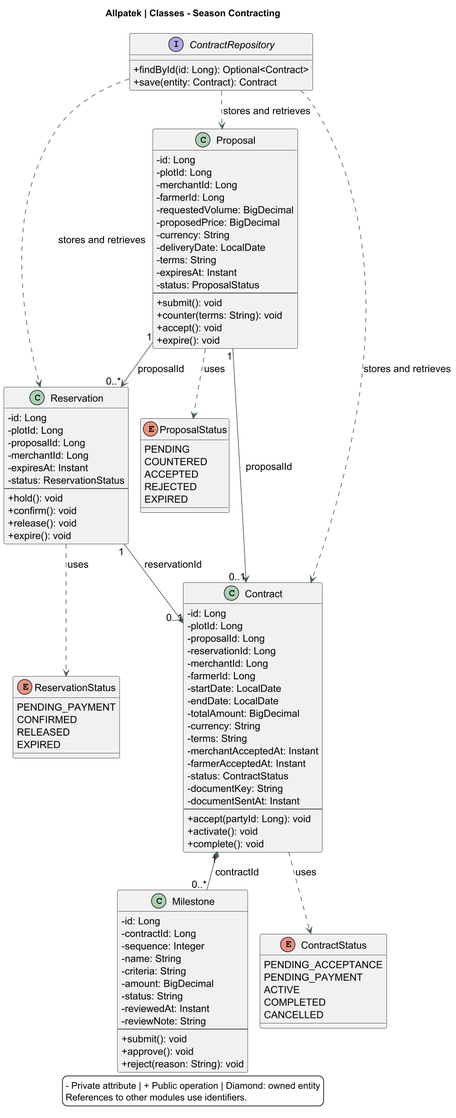
The PlantUML diagram assets/chapter-04/architecture/10-classes-contracts.png in upc-pre-202620-1asi0729-7753-Terranova/allpatek-report, before a commit.
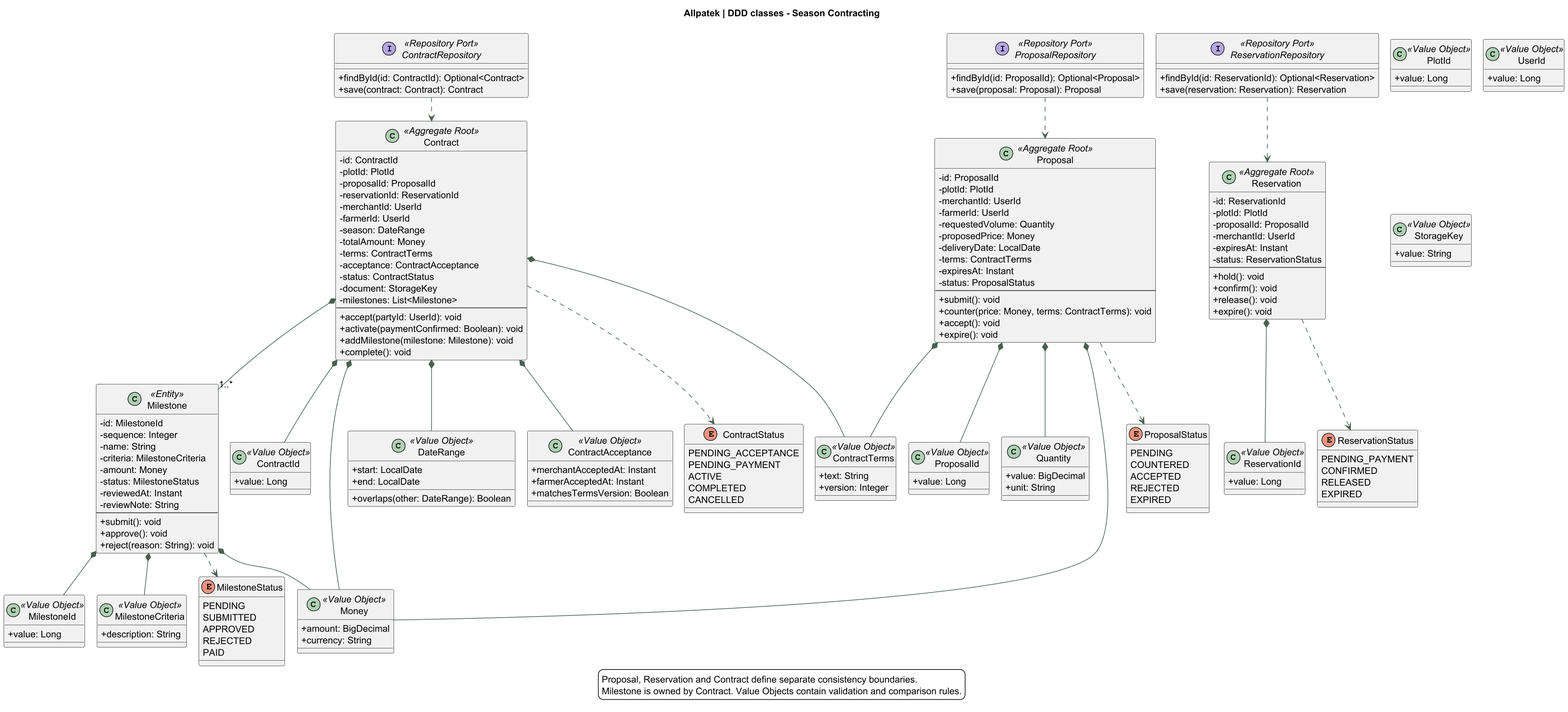
After the commit.

The edit, as a diff of the source:
```diff
@@ -2,117 +2,194 @@
 !pragma layout smetana
 skinparam backgroundColor white
 skinparam defaultFontName SansSerif
-skinparam defaultFontSize 15
+skinparam defaultFontSize 14
 skinparam shadowing false
 skinparam classAttributeIconSize 0
 skinparam ArrowColor #476050
 skinparam dpi 140
-title Allpatek | Classes - Season Contracting
+title Allpatek | DDD classes - Season Contracting
 top to bottom direction
-class Proposal {
- -id: Long
- -plotId: Long
- -merchantId: Long
- -farmerId: Long
- -requestedVolume: BigDecimal
- -proposedPrice: BigDecimal
- -currency: String
+
+class Proposal <<Aggregate Root>> {
+ -id: ProposalId
+ -plotId: PlotId
+ -merchantId: UserId
+ -farmerId: UserId
+ -requestedVolume: Quantity
+ -proposedPrice: Money
  -deliveryDate: LocalDate
- -terms: String
+ -terms: ContractTerms
  -expiresAt: Instant
  -status: ProposalStatus
  --
-+submit(): void
-+counter(terms: String): void
-+accept(): void
-+expire(): void
+ +submit(): void
+ +counter(price: Money, terms: ContractTerms): void
+ +accept(): void
+ +expire(): void
 }
-class Reservation {
- -id: Long
- -plotId: Long
- -proposalId: Long
- -merchantId: Long
+
+class Reservation <<Aggregate Root>> {
+ -id: ReservationId
+ -plotId: PlotId
+ -proposalId: ProposalId
+ -merchantId: UserId
  -expiresAt: Instant
  -status: ReservationStatus
  --
-+hold(): void
-+confirm(): void
-+release(): void
-+expire(): void
+ +hold(): void
+ +confirm(): void
+ +release(): void
+ +expire(): void
 }
-class Contract {
- -id: Long
- -plotId: Long
- -proposalId: Long
- -reservationId: Long
- -merchantId: Long
- -farmerId: Long
- -startDate: LocalDate
- -endDate: LocalDate
- -totalAmount: BigDecimal
- -currency: String
- -terms: String
- -merchantAcceptedAt: Instant
- -farmerAcceptedAt: Instant
+
+class Contract <<Aggregate Root>> {
+ -id: ContractId
+ -plotId: PlotId
+ -proposalId: ProposalId
+ -reservationId: ReservationId
+ -merchantId: UserId
+ -farmerId: UserId
+ -season: DateRange
+ -totalAmount: Money
+ -terms: ContractTerms
+ -acceptance: ContractAcceptance
  -status: ContractStatus
- -documentKey: String
- -documentSentAt: Instant
+ -document: StorageKey
+ -milestones: List<Milestone>
  --
-+accept(partyId: Long): void
-+activate(): void
-+complete(): void
+ +accept(partyId: UserId): void
+ +activate(paymentConfirmed: Boolean): void
+ +addMilestone(milestone: Milestone): void
+ +complete(): void
 }
-class Milestone {
- -id: Long
- -contractId: Long
+
+class Milestone <<Entity>> {
+ -id: MilestoneId
  -sequence: Integer
  -name: String
- -criteria: String
- -amount: BigDecimal
- -status: String
+ -criteria: MilestoneCriteria
+ -amount: Money
+ -status: MilestoneStatus
  -reviewedAt: Instant
  -reviewNote: String
  --
-+submit(): void
-+approve(): void
-+reject(reason: String): void
+ +submit(): void
+ +approve(): void
+ +reject(reason: String): void
 }
+
+class ProposalId <<Value Object>> {
+ +value: Long
+}
+class ReservationId <<Value Object>> {
+ +value: Long
+}
+class ContractId <<Value Object>> {
+ +value: Long
+}
+class MilestoneId <<Value Object>> {
+ +value: Long
+}
+class PlotId <<Value Object>> {
+ +value: Long
+}
+class UserId <<Value Object>> {
+ +value: Long
+}
+class Quantity <<Value Object>> {
+ +value: BigDecimal
+ +unit: String
+}
+class Money <<Value Object>> {
+ +amount: BigDecimal
+ +currency: String
+}
+class DateRange <<Value Object>> {
+ +start: LocalDate
+ +end: LocalDate
+ +overlaps(other: DateRange): Boolean
+}
+class ContractTerms <<Value Object>> {
+ +text: String
+ +version: Integer
+}
+class ContractAcceptance <<Value Object>> {
+ +merchantAcceptedAt: Instant
+ +farmerAcceptedAt: Instant
+ +matchesTermsVersion: Boolean
+}
+class MilestoneCriteria <<Value Object>> {
+ +description: String
+}
+class StorageKey <<Value Object>> {
+ +value: String
+}
+
 enum ProposalStatus {
-PENDING
-COUNTERED
-ACCEPTED
-REJECTED
-EXPIRED
+ PENDING
+ COUNTERED
+ ACCEPTED
+ REJECTED
+ EXPIRED
 }
 enum ReservationStatus {
-PENDING_PAYMENT
-CONFIRMED
-RELEASED
-EXPIRED
+ PENDING_PAYMENT
+ CONFIRMED
+ RELEASED
+ EXPIRED
 }
 enum ContractStatus {
-PENDING_ACCEPTANCE
-PENDING_PAYMENT
-ACTIVE
-COMPLETED
-CANCELLED
+ PENDING_ACCEPTANCE
+ PENDING_PAYMENT
+ ACTIVE
+ COMPLETED
+ CANCELLED
 }
-Proposal ..> ProposalStatus : uses
-Reservation ..> ReservationStatus : uses
-Contract ..> ContractStatus : uses
-interface ContractRepository {
- +findById(id: Long): Optional<Contract>
- +save(entity: Contract): Contract
+enum MilestoneStatus {
+ PENDING
+ SUBMITTED
+ APPROVED
+ REJECTED
+ PAID
 }
-ContractRepository ..> Proposal : stores and retrieves
-ContractRepository ..> Reservation : stores and retrieves
-ContractRepository ..> Contract : stores and retrieves
-Proposal "1" --> "0..*" Reservation : proposalId
-Proposal "1" --> "0..1" Contract : proposalId
-Reservation "1" --> "0..1" Contract : reservationId
-Contract "1" *-- "0..*" Milestone : contractId
+
+interface ProposalRepository <<Repository Port>> {
+ +findById(id: ProposalId): Optional<Proposal>
+ +save(proposal: Proposal): Proposal
+}
+interface ReservationRepository <<Repository Port>> {
+ +findById(id: ReservationId): Optional<Reservation>
+ +save(reservation: Reservation): Reservation
+}
+interface ContractRepository <<Repository Port>> {
+ +findById(id: ContractId): Optional<Contract>
+ +save(contract: Contract): Contract
+}
+
+Proposal *-- ProposalId
+Proposal *-- Money
+Proposal *-- Quantity
+Proposal *-- ContractTerms
+Reservation *-- ReservationId
+Contract *-- ContractId
+Contract *-- DateRange
+Contract *-- Money
+Contract *-- ContractTerms
+Contract *-- ContractAcceptance
+Contract *-- "1..*" Milestone
+Milestone *-- MilestoneId
+Milestone *-- MilestoneCriteria
+Milestone *-- Money
+Proposal ..> ProposalStatus
+Reservation ..> ReservationStatus
+Contract ..> ContractStatus
+Milestone ..> MilestoneStatus
+ProposalRepository ..> Proposal
+ReservationRepository ..> Reservation
+ContractRepository ..> Contract
+
 legend bottom
-- Private attribute | + Public operation | Diamond: owned entity
-References to other modules use identifiers.
+Proposal, Reservation and Contract define separate consistency boundaries.
+Milestone is owned by Contract. Value Objects contain validation and comparison rules.
 endlegend
 @enduml
```
